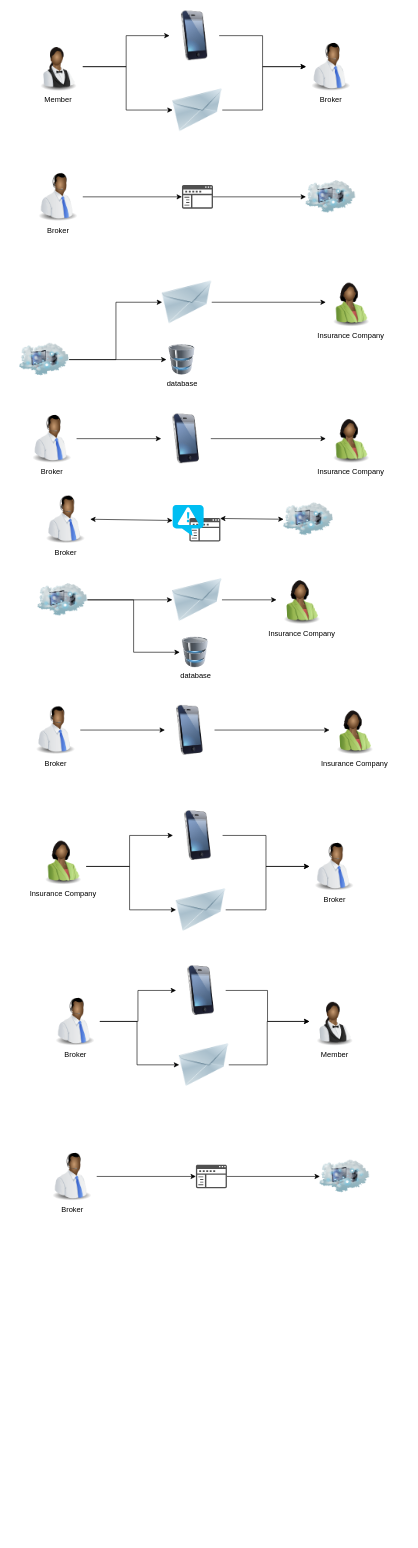
This is page "concerns" (4 of 10) of howdengroup.drawio from jasarvn/howdengroup, a draw.io file, before an edit. Source tidied: cells renumbered, new cells numbered last; positions are measured from the earlier drawing's top-left corner, leaving out a move shared by most shapes. Both pictures are drawn from the tidied source at 62%, with x=0, y=0 at pixel (19, 11).
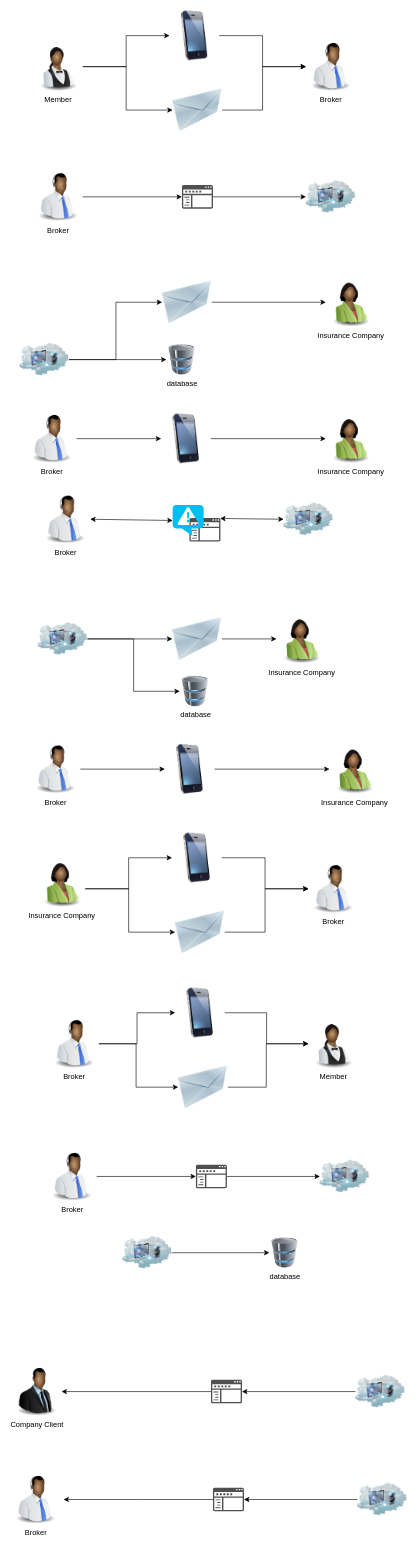
After the change.

Change to the diagram source:
```diff
@@
     <mxCell id="22" style="edgeStyle=orthogonalEdgeStyle;rounded=0;jettySize=auto;html=1;exitX=1;exitY=0.5;exitDx=0;exitDy=0;" parent="1" edge="1" target="25">
       <mxGeometry relative="1" as="geometry">
-        <mxPoint x="107.5" y="1380" as="sourcePoint" />
+        <mxPoint x="106" y="1416" as="sourcePoint" />
         <Array as="points">
-          <mxPoint x="177.5" y="1380" />
-          <mxPoint x="177.5" y="1330" />
+          <mxPoint x="176" y="1416" />
+          <mxPoint x="176" y="1366" />
         </Array>
       </mxGeometry>
     </mxCell>
     <mxCell id="23" style="edgeStyle=orthogonalEdgeStyle;rounded=0;jettySize=auto;html=1;exitX=1;exitY=0.5;exitDx=0;exitDy=0;entryX=0;entryY=0.5;entryDx=0;entryDy=0;" parent="1" edge="1" target="27">
       <mxGeometry relative="1" as="geometry">
-        <mxPoint x="107.5" y="1380" as="sourcePoint" />
+        <mxPoint x="106" y="1416" as="sourcePoint" />
         <Array as="points">
-          <mxPoint x="177.5" y="1380" />
-          <mxPoint x="177.5" y="1450" />
+          <mxPoint x="176" y="1416" />
+          <mxPoint x="176" y="1486" />
         </Array>
       </mxGeometry>
     </mxCell>
@@
     <mxCell id="25" style="image;html=1;labelBackgroundColor=#ffffff;image=img/lib/clip_art/telecommunication/iPhone_128x128.png;" parent="1" vertex="1">
-      <mxGeometry x="247.5" y="1290" width="80" height="80" as="geometry" />
+      <mxGeometry x="246" y="1326" width="80" height="80" as="geometry" />
     </mxCell>
     <mxCell id="26" style="edgeStyle=orthogonalEdgeStyle;rounded=0;jettySize=auto;html=1;exitX=1;exitY=0.5;exitDx=0;exitDy=0;" parent="1" edge="1" source="27" target="28">
       <mxGeometry relative="1" as="geometry">
         <Array as="points">
-          <mxPoint x="397.5" y="1450" />
-          <mxPoint x="397.5" y="1380" />
+          <mxPoint x="396" y="1486" />
+          <mxPoint x="396" y="1416" />
         </Array>
       </mxGeometry>
     </mxCell>
     <mxCell id="27" style="image;html=1;labelBackgroundColor=#ffffff;image=img/lib/clip_art/networking/Email_128x128.png;" parent="1" vertex="1">
-      <mxGeometry x="252.5" y="1410" width="80" height="80" as="geometry" />
+      <mxGeometry x="251" y="1446" width="80" height="80" as="geometry" />
     </mxCell>
     <mxCell id="28" value="Broker" style="image;html=1;labelBackgroundColor=#ffffff;image=img/lib/clip_art/people/Telesales_Man_Black_128x128.png;" parent="1" vertex="1">
-      <mxGeometry x="467.5" y="1340" width="80" height="80" as="geometry" />
+      <mxGeometry x="466" y="1376" width="80" height="80" as="geometry" />
     </mxCell>
     <mxCell id="29" value="Insurance Company" style="image;html=1;labelBackgroundColor=#ffffff;image=img/lib/clip_art/people/Suit_Woman_Green_Black_128x128.png;" parent="1" vertex="1">
-      <mxGeometry x="29.5" y="1330" width="80" height="80" as="geometry" />
+      <mxGeometry x="28" y="1366" width="80" height="80" as="geometry" />
     </mxCell>
@@
     <mxCell id="31" style="image;html=1;labelBackgroundColor=#ffffff;image=img/lib/clip_art/telecommunication/iPhone_128x128.png;" parent="1" vertex="1">
-      <mxGeometry x="252.5" y="1540" width="80" height="80" as="geometry" />
+      <mxGeometry x="251" y="1576" width="80" height="80" as="geometry" />
     </mxCell>
     <mxCell id="32" style="edgeStyle=orthogonalEdgeStyle;rounded=0;jettySize=auto;html=1;exitX=1;exitY=0.5;exitDx=0;exitDy=0;entryX=0;entryY=0.5;entryDx=0;entryDy=0;" parent="1" edge="1" source="33" target="37">
       <mxGeometry relative="1" as="geometry">
         <Array as="points">
-          <mxPoint x="399.5" y="1700" />
-          <mxPoint x="399.5" y="1630" />
+          <mxPoint x="398" y="1736" />
+          <mxPoint x="398" y="1666" />
         </Array>
       </mxGeometry>
     </mxCell>
     <mxCell id="33" style="image;html=1;labelBackgroundColor=#ffffff;image=img/lib/clip_art/networking/Email_128x128.png;" parent="1" vertex="1">
-      <mxGeometry x="257.5" y="1660" width="80" height="80" as="geometry" />
+      <mxGeometry x="256" y="1696" width="80" height="80" as="geometry" />
     </mxCell>
@@
     <mxCell id="35" style="edgeStyle=orthogonalEdgeStyle;rounded=0;jettySize=auto;html=1;entryX=0;entryY=0.5;entryDx=0;entryDy=0;" parent="1" edge="1" source="36" target="33">
       <mxGeometry relative="1" as="geometry">
         <Array as="points">
-          <mxPoint x="189.5" y="1630" />
-          <mxPoint x="189.5" y="1700" />
+          <mxPoint x="188" y="1666" />
+          <mxPoint x="188" y="1736" />
         </Array>
       </mxGeometry>
     </mxCell>
     <mxCell id="36" value="Broker" style="image;html=1;labelBackgroundColor=#ffffff;image=img/lib/clip_art/people/Telesales_Man_Black_128x128.png;" parent="1" vertex="1">
-      <mxGeometry x="49.5" y="1590" width="80" height="80" as="geometry" />
+      <mxGeometry x="48" y="1626" width="80" height="80" as="geometry" />
     </mxCell>
     <mxCell id="37" value="Member&lt;br&gt;" style="image;html=1;labelBackgroundColor=#ffffff;image=img/lib/clip_art/people/Waiter_Woman_Black_128x128.png;" parent="1" vertex="1">
-      <mxGeometry x="467.5" y="1590" width="80" height="80" as="geometry" />
+      <mxGeometry x="466" y="1626" width="80" height="80" as="geometry" />
     </mxCell>
@@
     <mxCell id="51" style="image;html=1;labelBackgroundColor=#ffffff;image=img/lib/clip_art/networking/Cloud_Computer_128x128.png;" parent="1" vertex="1">
-      <mxGeometry x="29.5" y="910" width="80" height="80" as="geometry" />
+      <mxGeometry x="29.5" y="973" width="80" height="80" as="geometry" />
     </mxCell>
     <mxCell id="52" value="database" style="image;html=1;labelBackgroundColor=#ffffff;image=img/lib/clip_art/computers/Database_128x128.png;" parent="1" vertex="1">
-      <mxGeometry x="258.5" y="1010" width="50" height="49" as="geometry" />
+      <mxGeometry x="258.5" y="1073" width="50" height="49" as="geometry" />
     </mxCell>
@@
     <mxCell id="54" style="image;html=1;labelBackgroundColor=#ffffff;image=img/lib/clip_art/networking/Email_128x128.png;" parent="1" vertex="1">
-      <mxGeometry x="246.5" y="910" width="80" height="80" as="geometry" />
+      <mxGeometry x="246.5" y="973" width="80" height="80" as="geometry" />
     </mxCell>
     <mxCell id="55" value="Insurance Company" style="image;html=1;labelBackgroundColor=#ffffff;image=img/lib/clip_art/people/Suit_Woman_Green_Black_128x128.png;" parent="1" vertex="1">
-      <mxGeometry x="414.5" y="910" width="80" height="80" as="geometry" />
+      <mxGeometry x="414.5" y="973" width="80" height="80" as="geometry" />
     </mxCell>
@@
     <mxCell id="62" value="Broker" style="image;html=1;labelBackgroundColor=#ffffff;image=img/lib/clip_art/people/Telesales_Man_Black_128x128.png;" parent="1" vertex="1">
-      <mxGeometry x="18" y="1120" width="80" height="80" as="geometry" />
+      <mxGeometry x="18" y="1183" width="80" height="80" as="geometry" />
     </mxCell>
@@
     <mxCell id="64" style="image;html=1;labelBackgroundColor=#ffffff;image=img/lib/clip_art/telecommunication/iPhone_128x128.png;" parent="1" vertex="1">
-      <mxGeometry x="234.5" y="1120" width="80" height="80" as="geometry" />
+      <mxGeometry x="234.5" y="1183" width="80" height="80" as="geometry" />
     </mxCell>
     <mxCell id="65" value="Insurance Company" style="image;html=1;labelBackgroundColor=#ffffff;image=img/lib/clip_art/people/Suit_Woman_Green_Black_128x128.png;" parent="1" vertex="1">
-      <mxGeometry x="500" y="1120" width="80" height="80" as="geometry" />
+      <mxGeometry x="500" y="1183" width="80" height="80" as="geometry" />
     </mxCell>
+    <mxCell id="66" style="edgeStyle=orthogonalEdgeStyle;rounded=0;jettySize=auto;html=1;exitX=1;exitY=0.5;exitDx=0;exitDy=0;entryX=0;entryY=0.5;entryDx=0;entryDy=0;" parent="1" edge="1" source="67" target="68">
+      <mxGeometry relative="1" as="geometry" />
+    </mxCell>
+    <mxCell id="67" style="image;html=1;labelBackgroundColor=#ffffff;image=img/lib/clip_art/networking/Cloud_Computer_128x128.png;" parent="1" vertex="1">
+      <mxGeometry x="166" y="1963" width="80" height="80" as="geometry" />
+    </mxCell>
+    <mxCell id="68" value="database" style="image;html=1;labelBackgroundColor=#ffffff;image=img/lib/clip_art/computers/Database_128x128.png;" parent="1" vertex="1">
+      <mxGeometry x="403" y="1978.5" width="50" height="49" as="geometry" />
+    </mxCell>
+    <mxCell id="69" value="Company Client" style="image;html=1;labelBackgroundColor=#ffffff;image=img/lib/clip_art/people/Suit_Man_Black_128x128.png;" parent="1" vertex="1">
+      <mxGeometry x="-12.2" y="2187" width="80" height="80" as="geometry" />
+    </mxCell>
+    <mxCell id="70" style="edgeStyle=orthogonalEdgeStyle;rounded=0;jettySize=auto;html=1;exitX=0;exitY=0.5;exitDx=0;exitDy=0;exitPerimeter=0;" parent="1" edge="1" source="71" target="69">
+      <mxGeometry relative="1" as="geometry" />
+    </mxCell>
+    <mxCell id="71" style="shadow=0;dashed=0;html=1;strokeColor=none;labelPosition=center;verticalLabelPosition=bottom;verticalAlign=top;align=center;fillColor=#505050;shape=mxgraph.mscae.intune.company_portal;" parent="1" vertex="1">
+      <mxGeometry x="308.8" y="2208" width="50" height="38" as="geometry" />
+    </mxCell>
+    <mxCell id="72" style="edgeStyle=orthogonalEdgeStyle;rounded=0;jettySize=auto;html=1;exitX=0;exitY=0.5;exitDx=0;exitDy=0;entryX=1;entryY=0.5;entryDx=0;entryDy=0;entryPerimeter=0;" parent="1" edge="1" source="73" target="71">
+      <mxGeometry relative="1" as="geometry" />
+    </mxCell>
+    <mxCell id="73" style="image;html=1;labelBackgroundColor=#ffffff;image=img/lib/clip_art/networking/Cloud_Computer_128x128.png;" parent="1" vertex="1">
+      <mxGeometry x="541.8" y="2187" width="80" height="80" as="geometry" />
+    </mxCell>
+    <mxCell id="74" style="edgeStyle=orthogonalEdgeStyle;rounded=0;jettySize=auto;html=1;exitX=0;exitY=0.5;exitDx=0;exitDy=0;exitPerimeter=0;" parent="1" edge="1" source="75">
+      <mxGeometry relative="1" as="geometry">
+        <mxPoint x="71" y="2401" as="targetPoint" />
+      </mxGeometry>
+    </mxCell>
+    <mxCell id="75" style="shadow=0;dashed=0;html=1;strokeColor=none;labelPosition=center;verticalLabelPosition=bottom;verticalAlign=top;align=center;fillColor=#505050;shape=mxgraph.mscae.intune.company_portal;" parent="1" vertex="1">
+      <mxGeometry x="312" y="2382" width="50" height="38" as="geometry" />
+    </mxCell>
+    <mxCell id="76" style="edgeStyle=orthogonalEdgeStyle;rounded=0;jettySize=auto;html=1;exitX=0;exitY=0.5;exitDx=0;exitDy=0;entryX=1;entryY=0.5;entryDx=0;entryDy=0;entryPerimeter=0;" parent="1" edge="1" source="77" target="75">
+      <mxGeometry relative="1" as="geometry" />
+    </mxCell>
+    <mxCell id="77" style="image;html=1;labelBackgroundColor=#ffffff;image=img/lib/clip_art/networking/Cloud_Computer_128x128.png;" parent="1" vertex="1">
+      <mxGeometry x="545" y="2361" width="80" height="80" as="geometry" />
+    </mxCell>
+    <mxCell id="78" value="Broker" style="image;html=1;labelBackgroundColor=#ffffff;image=img/lib/clip_art/people/Telesales_Man_Black_128x128.png;" parent="1" vertex="1">
+      <mxGeometry x="-14" y="2361" width="80" height="80" as="geometry" />
+    </mxCell>
```
